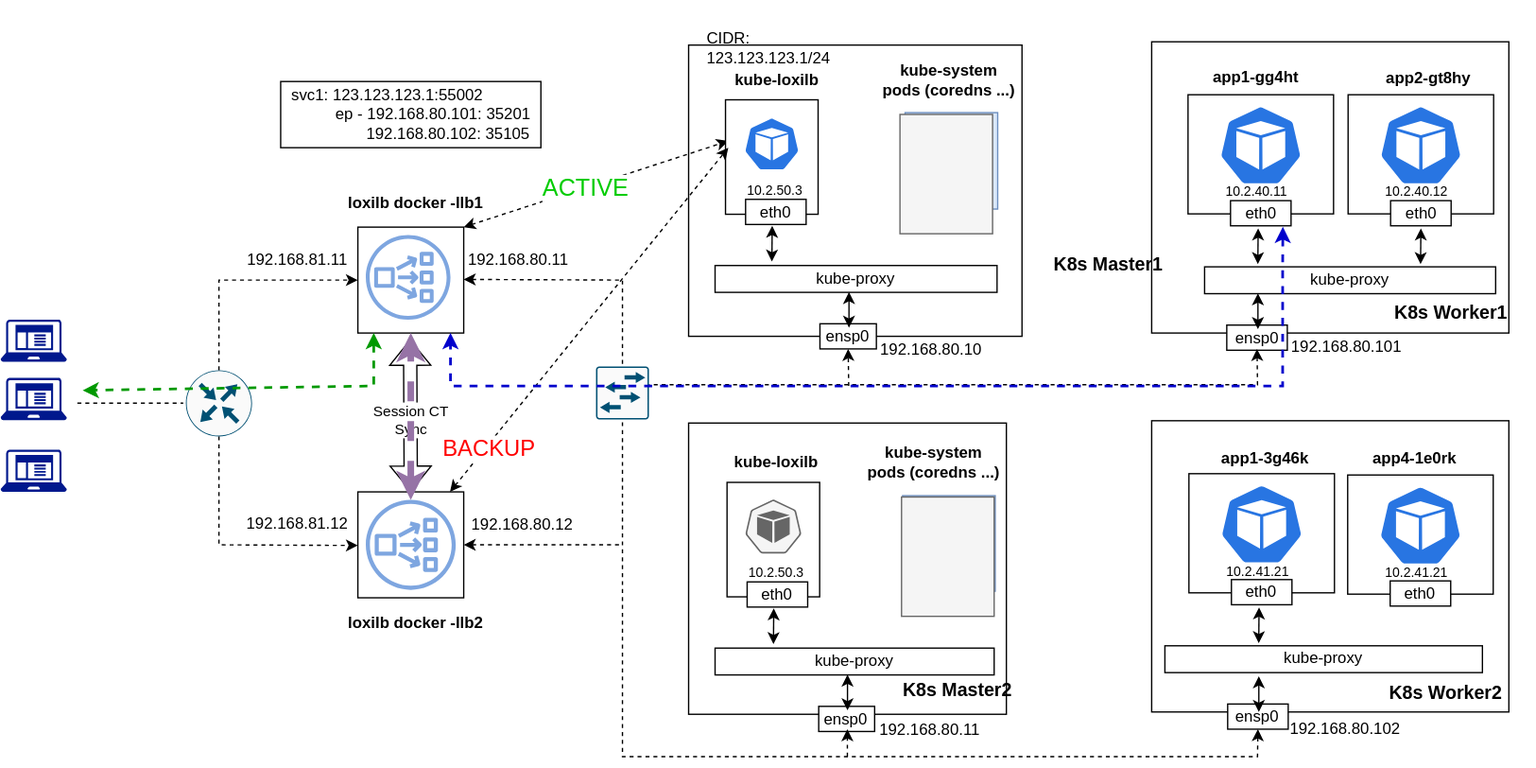
Earlier version of the draw.io export docs/photos/loxilb-k8s-arch-LoxiLB-HA-CT-Sync-1.drawio.svg (loxilb-io/loxilbdocs). Source tidied: cells renumbered, new cells last; positions are measured from the earlier drawing's top-left corner, leaving out a move shared by most shapes.
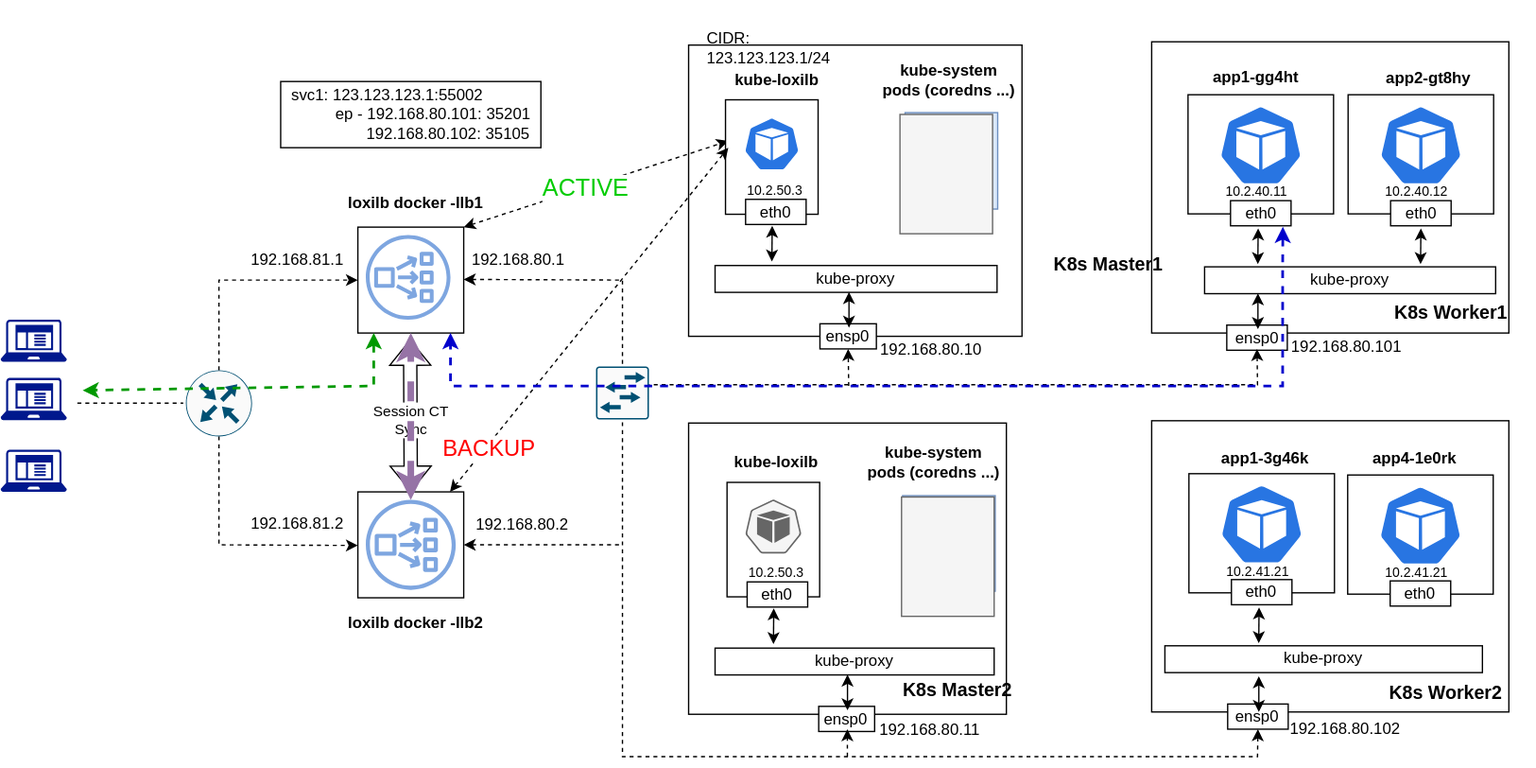
Later version of the same file.

Diff of the diagram source:
```diff
@@ -334,10 +334,10 @@
         </Array>
       </mxGeometry>
     </mxCell>
-    <mxCell id="92" value="&lt;font style=&quot;&quot;&gt;&lt;font style=&quot;font-size: 12px;&quot;&gt;192.168.80.11&lt;/font&gt;&lt;br&gt;&lt;/font&gt;" style="text;html=1;strokeColor=none;fillColor=none;align=center;verticalAlign=middle;whiteSpace=wrap;rounded=0;" parent="1" vertex="1">
+    <mxCell id="92" value="&lt;font style=&quot;&quot;&gt;&lt;font style=&quot;font-size: 12px;&quot;&gt;192.168.80.1&lt;/font&gt;&lt;br&gt;&lt;/font&gt;" style="text;html=1;strokeColor=none;fillColor=none;align=center;verticalAlign=middle;whiteSpace=wrap;rounded=0;" parent="1" vertex="1">
       <mxGeometry x="357" y="181" width="69" height="30" as="geometry" />
     </mxCell>
-    <mxCell id="93" value="&lt;font style=&quot;&quot;&gt;&lt;font style=&quot;font-size: 12px;&quot;&gt;192.168.80.12&lt;/font&gt;&lt;br&gt;&lt;/font&gt;" style="text;html=1;strokeColor=none;fillColor=none;align=center;verticalAlign=middle;whiteSpace=wrap;rounded=0;" parent="1" vertex="1">
+    <mxCell id="93" value="&lt;font style=&quot;&quot;&gt;&lt;font style=&quot;font-size: 12px;&quot;&gt;192.168.80.2&lt;/font&gt;&lt;br&gt;&lt;/font&gt;" style="text;html=1;strokeColor=none;fillColor=none;align=center;verticalAlign=middle;whiteSpace=wrap;rounded=0;" parent="1" vertex="1">
       <mxGeometry x="360" y="381.5" width="69" height="30" as="geometry" />
     </mxCell>
     <mxCell id="94" style="endArrow=classic;html=1;rounded=0;exitX=0.5;exitY=0;exitDx=0;exitDy=0;exitPerimeter=0;dashed=1;startArrow=none;startFill=0;endFill=1;" parent="1" edge="1" source="88">
@@ -362,10 +362,10 @@
         <mxPoint x="138" y="304" as="targetPoint" />
       </mxGeometry>
     </mxCell>
-    <mxCell id="97" value="&lt;font style=&quot;&quot;&gt;&lt;font style=&quot;font-size: 12px;&quot;&gt;192.168.81.11&lt;/font&gt;&lt;br&gt;&lt;/font&gt;" style="text;html=1;strokeColor=none;fillColor=none;align=center;verticalAlign=middle;whiteSpace=wrap;rounded=0;" parent="1" vertex="1">
+    <mxCell id="97" value="&lt;font style=&quot;&quot;&gt;&lt;font style=&quot;font-size: 12px;&quot;&gt;192.168.81.1&lt;/font&gt;&lt;br&gt;&lt;/font&gt;" style="text;html=1;strokeColor=none;fillColor=none;align=center;verticalAlign=middle;whiteSpace=wrap;rounded=0;" parent="1" vertex="1">
       <mxGeometry x="190" y="181" width="69" height="30" as="geometry" />
     </mxCell>
-    <mxCell id="98" value="&lt;font style=&quot;&quot;&gt;&lt;font style=&quot;font-size: 12px;&quot;&gt;192.168.81.12&lt;/font&gt;&lt;br&gt;&lt;/font&gt;" style="text;html=1;strokeColor=none;fillColor=none;align=center;verticalAlign=middle;whiteSpace=wrap;rounded=0;" parent="1" vertex="1">
+    <mxCell id="98" value="&lt;font style=&quot;&quot;&gt;&lt;font style=&quot;font-size: 12px;&quot;&gt;192.168.81.2&lt;/font&gt;&lt;br&gt;&lt;/font&gt;" style="text;html=1;strokeColor=none;fillColor=none;align=center;verticalAlign=middle;whiteSpace=wrap;rounded=0;" parent="1" vertex="1">
       <mxGeometry x="190" y="380.5" width="69" height="30" as="geometry" />
     </mxCell>
     <mxCell id="99" style="endArrow=classic;html=1;rounded=0;exitX=1;exitY=0;exitDx=0;exitDy=0;dashed=1;startArrow=classic;startFill=1;endFill=1;" parent="1" edge="1">
```
